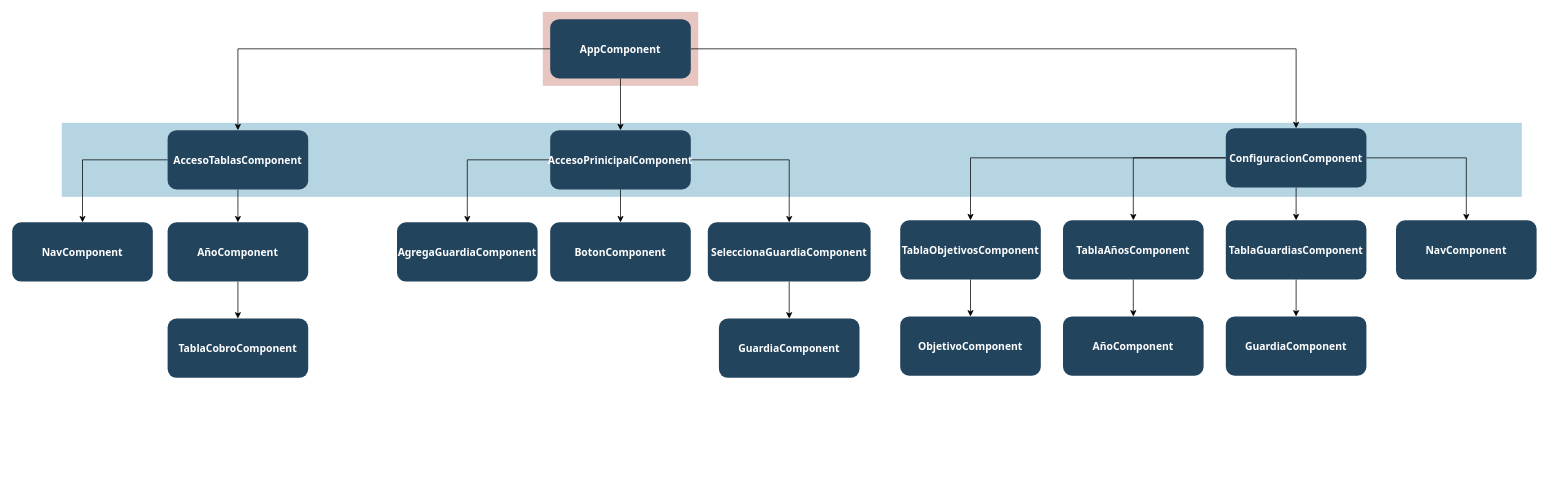
This is Diagrama de componentes Angular.drawio from diegorus92/CalculadoraSueldoGuardias, a draw.io file, before an edit. Source tidied: cells renumbered, new cells numbered last; positions are measured from the earlier drawing's top-left corner, leaving out a move shared by most shapes. Both pictures are drawn from the tidied source at 74%, with x=0, y=0 at pixel (12, 12).
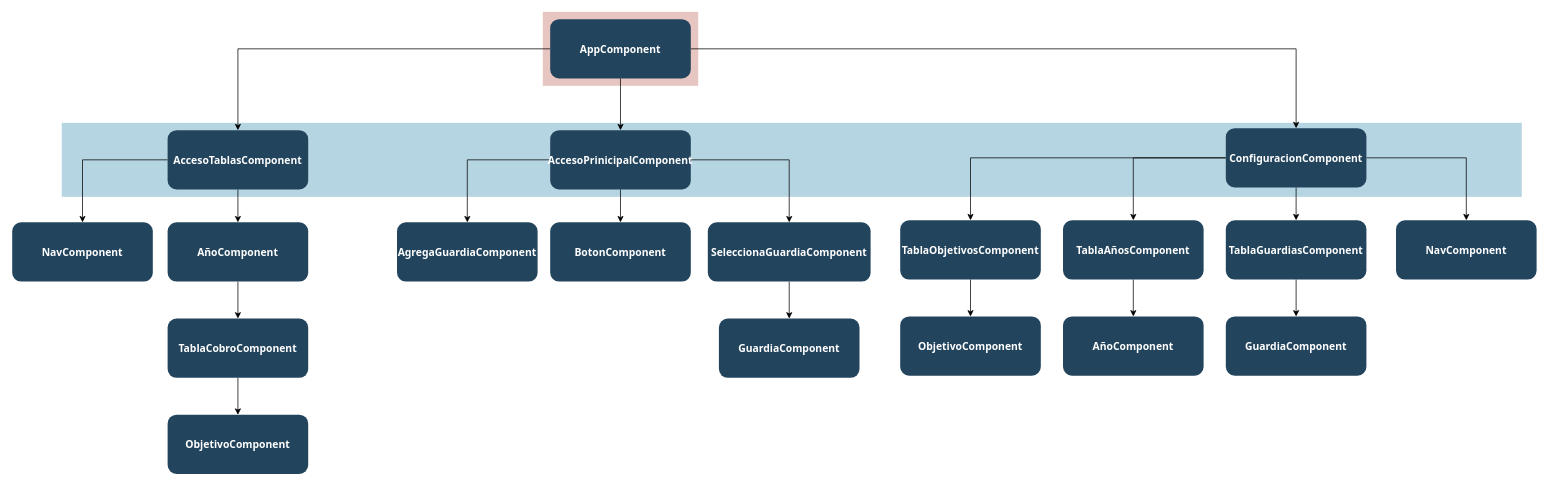
Above is the later version.

The change refers to these unchanged cells:
```xml
<mxCell id="22" value="TablaCobroComponent" style="rounded=1;fillColor=#23445D;gradientColor=none;strokeColor=none;fontColor=#FFFFFF;fontStyle=1;fontFamily=Tahoma;fontSize=14;" parent="1" vertex="1">
  <mxGeometry x="210" y="414" width="190" height="80" as="geometry" />
</mxCell>
```

Diff of the diagram source:
```diff
@@
+    <mxCell id="39" style="edgeStyle=orthogonalEdgeStyle;rounded=0;jettySize=auto;html=1;exitX=0.5;exitY=1;exitDx=0;exitDy=0;entryX=0.5;entryY=0;entryDx=0;entryDy=0;" parent="1" edge="1" source="22" target="40">
+      <mxGeometry relative="1" as="geometry" />
+    </mxCell>
@@
+    <mxCell id="40" value="ObjetivoComponent" style="rounded=1;fillColor=#23445D;gradientColor=none;strokeColor=none;fontColor=#FFFFFF;fontStyle=1;fontFamily=Tahoma;fontSize=14;" parent="1" vertex="1">
+      <mxGeometry x="210" y="544" width="190" height="80" as="geometry" />
+    </mxCell>
```
